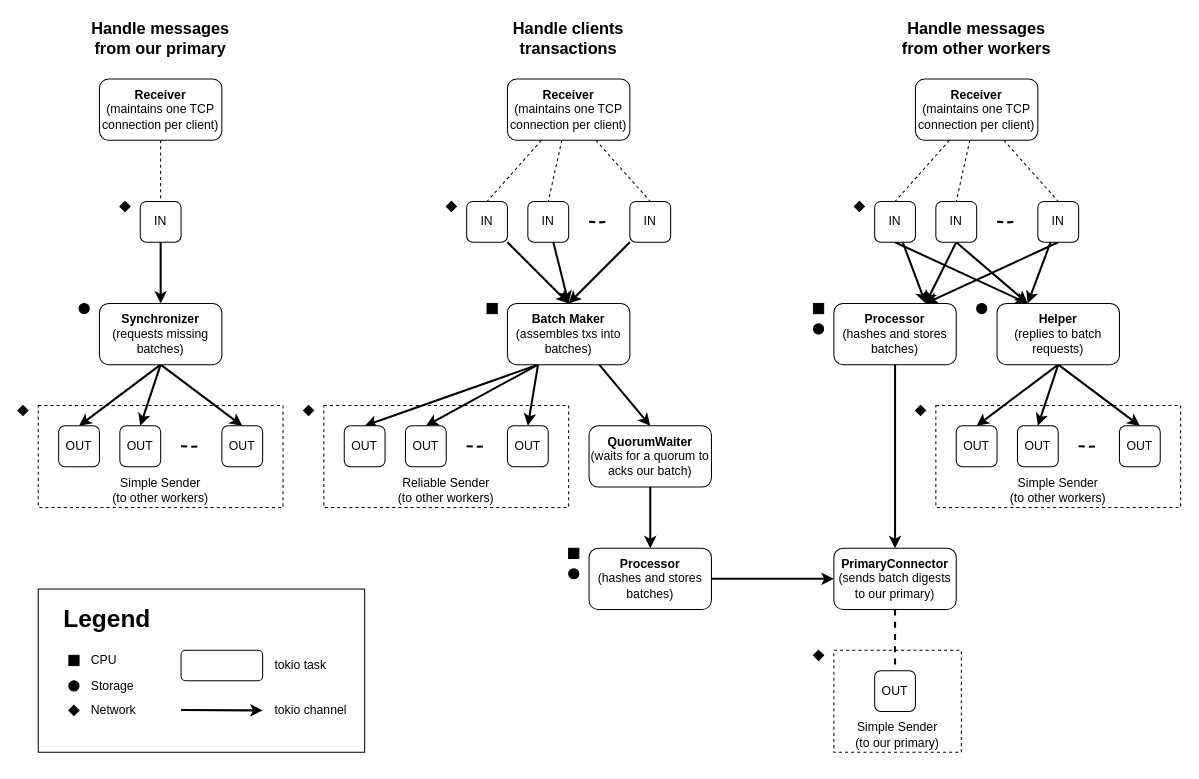
The draw.io diagram page "Lemonshark worker" (5 of 6) of Paper Images/spec.drawio in yihan1998/lemonshark, before the edit. Source tidied: cells renumbered, new cells numbered last; positions are measured from the earlier drawing's top-left corner, leaving out a move shared by most shapes. Both pictures are drawn from the tidied source at 102%, with x=0, y=0 at pixel (17, 17).
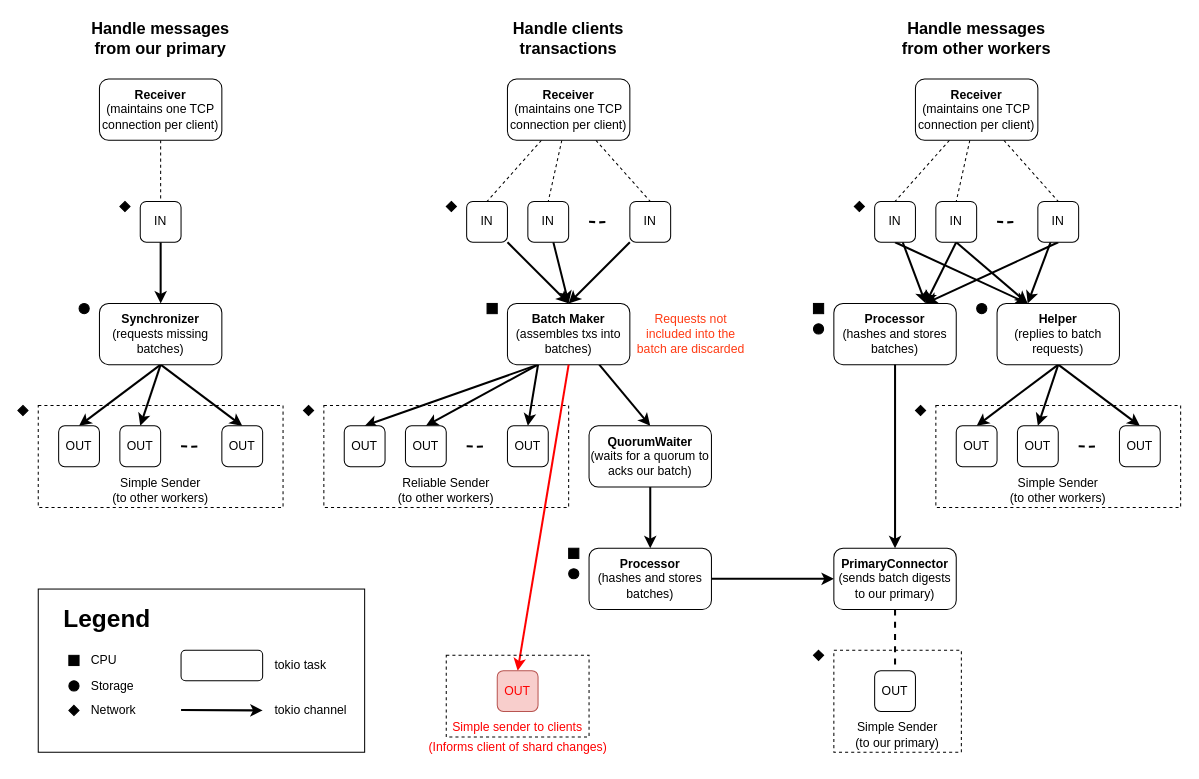
The same page after the edit.

What changed in the source:
```diff
@@
+    <mxCell id="98" style="endArrow=classic;html=1;rounded=0;exitX=0.5;exitY=1;exitDx=0;exitDy=0;strokeColor=#FF0000;strokeWidth=2;" parent="1" edge="1">
+      <mxGeometry relative="1" as="geometry">
+        <mxPoint x="540" y="340" as="sourcePoint" />
+        <mxPoint x="490" y="640" as="targetPoint" />
+      </mxGeometry>
+    </mxCell>
+    <mxCell id="99" value="&lt;font color=&quot;#ff0000&quot;&gt;Simple sender to clients&lt;/font&gt;" style="rounded=0;whiteSpace=wrap;html=1;fillColor=none;verticalAlign=bottom;dashed=1;" parent="1" vertex="1">
+      <mxGeometry x="420" y="625" width="140" height="80" as="geometry" />
+    </mxCell>
+    <mxCell id="100" value="&lt;font color=&quot;#ff0000&quot;&gt;OUT&lt;/font&gt;" style="rounded=1;whiteSpace=wrap;html=1;fillColor=#f8cecc;strokeColor=#b85450;" parent="1" vertex="1">
+      <mxGeometry x="470" y="640" width="40" height="40" as="geometry" />
+    </mxCell>
+    <mxCell id="101" value="&lt;font color=&quot;#ff0000&quot;&gt;(Informs client of shard changes)&lt;/font&gt;" style="text;html=1;align=center;verticalAlign=middle;strokeColor=none;fillColor=none;" parent="1" vertex="1">
+      <mxGeometry x="390" y="700" width="200" height="30" as="geometry" />
+    </mxCell>
+    <mxCell id="102" value="&lt;font color=&quot;#ff3b14&quot;&gt;Requests not included into the batch are discarded&lt;/font&gt;" style="rounded=0;whiteSpace=wrap;html=1;fillColor=none;strokeColor=none;" parent="1" vertex="1">
+      <mxGeometry x="600" y="280" width="120" height="60" as="geometry" />
+    </mxCell>
```
